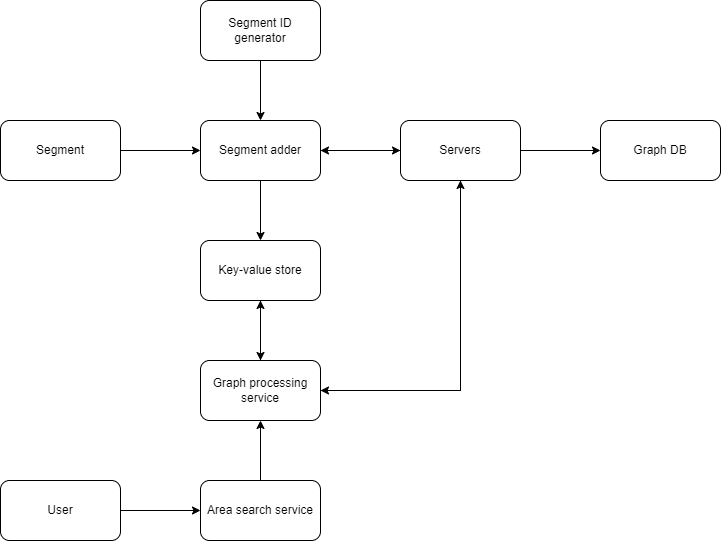
Before: img/system-design/google-map2.png, a diagram exported from draw.io (riehseun/riehseun.github.io). Source tidied: cells renumbered, new cells last; positions are measured from the earlier drawing's top-left corner, leaving out a move shared by most shapes. The source it was exported from:
```xml
<mxGraphModel>
  <root>
    <mxCell id="0" />
    <mxCell id="1" parent="0" />
    <mxCell id="2" style="edgeStyle=orthogonalEdgeStyle;rounded=0;jettySize=auto;html=1;exitX=1;exitY=0.5;exitDx=0;exitDy=0;entryX=0;entryY=0.5;entryDx=0;entryDy=0;" parent="1" edge="1" source="3" target="6">
      <mxGeometry relative="1" as="geometry" />
    </mxCell>
    <mxCell id="3" value="Segment" style="rounded=1;whiteSpace=wrap;html=1;" parent="1" vertex="1">
      <mxGeometry y="120" width="120" height="60" as="geometry" />
    </mxCell>
    <mxCell id="4" style="edgeStyle=orthogonalEdgeStyle;rounded=0;jettySize=auto;html=1;exitX=0.5;exitY=1;exitDx=0;exitDy=0;entryX=0.5;entryY=0;entryDx=0;entryDy=0;" parent="1" edge="1" source="6" target="10">
      <mxGeometry relative="1" as="geometry" />
    </mxCell>
    <mxCell id="5" style="edgeStyle=orthogonalEdgeStyle;rounded=0;jettySize=auto;html=1;exitX=1;exitY=0.5;exitDx=0;exitDy=0;entryX=0;entryY=0.5;entryDx=0;entryDy=0;" parent="1" edge="1" source="6" target="22">
      <mxGeometry relative="1" as="geometry" />
    </mxCell>
    <mxCell id="6" value="Segment adder" style="rounded=1;whiteSpace=wrap;html=1;" parent="1" vertex="1">
      <mxGeometry x="200" y="120" width="120" height="60" as="geometry" />
    </mxCell>
    <mxCell id="7" style="edgeStyle=orthogonalEdgeStyle;rounded=0;jettySize=auto;html=1;exitX=0.5;exitY=1;exitDx=0;exitDy=0;" parent="1" edge="1" source="8" target="6">
      <mxGeometry relative="1" as="geometry" />
    </mxCell>
    <mxCell id="8" value="Segment ID generator" style="rounded=1;whiteSpace=wrap;html=1;" parent="1" vertex="1">
      <mxGeometry x="200" width="120" height="60" as="geometry" />
    </mxCell>
    <mxCell id="9" style="edgeStyle=orthogonalEdgeStyle;rounded=0;jettySize=auto;html=1;exitX=0.5;exitY=1;exitDx=0;exitDy=0;entryX=0.5;entryY=0;entryDx=0;entryDy=0;" parent="1" edge="1" source="10" target="14">
      <mxGeometry relative="1" as="geometry" />
    </mxCell>
    <mxCell id="10" value="Key-value store" style="rounded=1;whiteSpace=wrap;html=1;" parent="1" vertex="1">
      <mxGeometry x="200" y="240" width="120" height="60" as="geometry" />
    </mxCell>
    <mxCell id="11" style="edgeStyle=orthogonalEdgeStyle;rounded=0;orthogonalLoop=1;jettySize=auto;html=1;exitX=0.5;exitY=0;exitDx=0;exitDy=0;entryX=0.5;entryY=0;entryDx=0;entryDy=0;" parent="1" edge="1" source="14" target="14">
      <mxGeometry relative="1" as="geometry" />
    </mxCell>
    <mxCell id="12" style="edgeStyle=orthogonalEdgeStyle;rounded=0;jettySize=auto;html=1;exitX=0.5;exitY=0;exitDx=0;exitDy=0;entryX=0.5;entryY=1;entryDx=0;entryDy=0;" parent="1" edge="1" source="14" target="10">
      <mxGeometry relative="1" as="geometry" />
    </mxCell>
    <mxCell id="13" style="edgeStyle=orthogonalEdgeStyle;rounded=0;jettySize=auto;html=1;exitX=1;exitY=0.5;exitDx=0;exitDy=0;entryX=0.5;entryY=1;entryDx=0;entryDy=0;" parent="1" edge="1" source="14" target="22">
      <mxGeometry relative="1" as="geometry" />
    </mxCell>
    <mxCell id="14" value="Graph processing service" style="rounded=1;whiteSpace=wrap;html=1;" parent="1" vertex="1">
      <mxGeometry x="200" y="360" width="120" height="60" as="geometry" />
    </mxCell>
    <mxCell id="15" style="edgeStyle=orthogonalEdgeStyle;rounded=0;jettySize=auto;html=1;exitX=0.5;exitY=0;exitDx=0;exitDy=0;entryX=0.5;entryY=1;entryDx=0;entryDy=0;" parent="1" edge="1" source="16" target="14">
      <mxGeometry relative="1" as="geometry" />
    </mxCell>
    <mxCell id="16" value="Area search service" style="rounded=1;whiteSpace=wrap;html=1;" parent="1" vertex="1">
      <mxGeometry x="200" y="480" width="120" height="60" as="geometry" />
    </mxCell>
    <mxCell id="17" style="edgeStyle=orthogonalEdgeStyle;rounded=0;jettySize=auto;html=1;exitX=1;exitY=0.5;exitDx=0;exitDy=0;entryX=0;entryY=0.5;entryDx=0;entryDy=0;" parent="1" edge="1" source="18" target="16">
      <mxGeometry relative="1" as="geometry" />
    </mxCell>
    <mxCell id="18" value="User" style="rounded=1;whiteSpace=wrap;html=1;" parent="1" vertex="1">
      <mxGeometry y="480" width="120" height="60" as="geometry" />
    </mxCell>
    <mxCell id="19" style="edgeStyle=orthogonalEdgeStyle;rounded=0;jettySize=auto;html=1;exitX=0;exitY=0.5;exitDx=0;exitDy=0;" parent="1" edge="1" source="22" target="6">
      <mxGeometry relative="1" as="geometry" />
    </mxCell>
    <mxCell id="20" style="edgeStyle=orthogonalEdgeStyle;rounded=0;jettySize=auto;html=1;exitX=0.5;exitY=1;exitDx=0;exitDy=0;entryX=1;entryY=0.5;entryDx=0;entryDy=0;" parent="1" edge="1" source="22" target="14">
      <mxGeometry relative="1" as="geometry" />
    </mxCell>
    <mxCell id="21" style="edgeStyle=orthogonalEdgeStyle;rounded=0;jettySize=auto;html=1;exitX=1;exitY=0.5;exitDx=0;exitDy=0;entryX=0;entryY=0.5;entryDx=0;entryDy=0;" parent="1" edge="1" source="22" target="23">
      <mxGeometry relative="1" as="geometry" />
    </mxCell>
    <mxCell id="22" value="Servers" style="rounded=1;whiteSpace=wrap;html=1;" parent="1" vertex="1">
      <mxGeometry x="400" y="120" width="120" height="60" as="geometry" />
    </mxCell>
    <mxCell id="23" value="Graph DB" style="rounded=1;whiteSpace=wrap;html=1;" parent="1" vertex="1">
      <mxGeometry x="600" y="120" width="120" height="60" as="geometry" />
    </mxCell>
  </root>
</mxGraphModel>
```
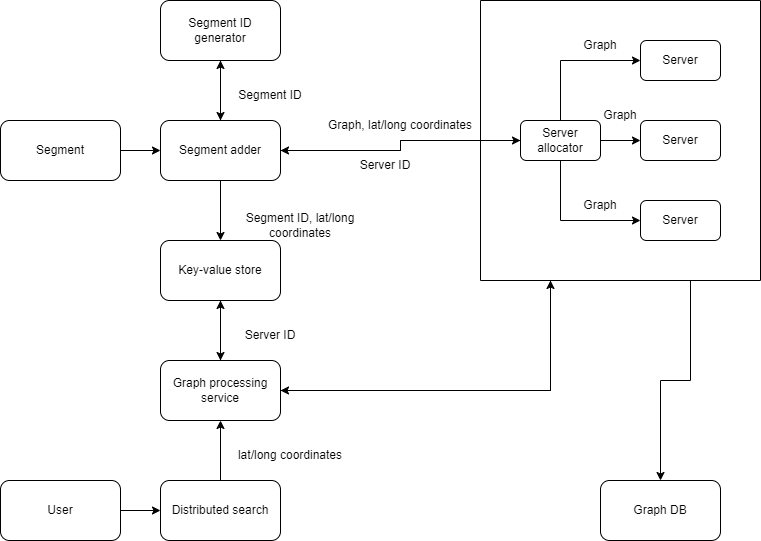
The same file after the commit.

The edit, as a diff of the source:
```diff
@@ -6,14 +6,19 @@
       <mxGeometry relative="1" as="geometry" />
     </mxCell>
     <mxCell id="3" value="Segment" style="rounded=1;whiteSpace=wrap;html=1;" parent="1" vertex="1">
-      <mxGeometry y="120" width="120" height="60" as="geometry" />
+      <mxGeometry x="40" y="120" width="120" height="60" as="geometry" />
     </mxCell>
     <mxCell id="4" style="edgeStyle=orthogonalEdgeStyle;rounded=0;jettySize=auto;html=1;exitX=0.5;exitY=1;exitDx=0;exitDy=0;entryX=0.5;entryY=0;entryDx=0;entryDy=0;" parent="1" edge="1" source="6" target="10">
       <mxGeometry relative="1" as="geometry" />
     </mxCell>
-    <mxCell id="5" style="edgeStyle=orthogonalEdgeStyle;rounded=0;jettySize=auto;html=1;exitX=1;exitY=0.5;exitDx=0;exitDy=0;entryX=0;entryY=0.5;entryDx=0;entryDy=0;" parent="1" edge="1" source="6" target="22">
-      <mxGeometry relative="1" as="geometry" />
-    </mxCell>
+    <mxCell id="24" style="edgeStyle=orthogonalEdgeStyle;rounded=0;jettySize=auto;html=1;exitX=0.5;exitY=0;exitDx=0;exitDy=0;" parent="1" edge="1" source="6">
+      <mxGeometry relative="1" as="geometry">
+        <mxPoint x="260" y="60" as="targetPoint" />
+      </mxGeometry>
+    </mxCell>
+    <mxCell id="25" style="edgeStyle=orthogonalEdgeStyle;rounded=0;jettySize=auto;html=1;exitX=1;exitY=0.5;exitDx=0;exitDy=0;entryX=0;entryY=0.5;entryDx=0;entryDy=0;" parent="1" edge="1" source="6" target="39">
+      <mxGeometry relative="1" as="geometry" />
+    </mxCell>
     <mxCell id="6" value="Segment adder" style="rounded=1;whiteSpace=wrap;html=1;" parent="1" vertex="1">
       <mxGeometry x="200" y="120" width="120" height="60" as="geometry" />
     </mxCell>
@@ -35,38 +40,86 @@
     <mxCell id="12" style="edgeStyle=orthogonalEdgeStyle;rounded=0;jettySize=auto;html=1;exitX=0.5;exitY=0;exitDx=0;exitDy=0;entryX=0.5;entryY=1;entryDx=0;entryDy=0;" parent="1" edge="1" source="14" target="10">
       <mxGeometry relative="1" as="geometry" />
     </mxCell>
-    <mxCell id="13" style="edgeStyle=orthogonalEdgeStyle;rounded=0;jettySize=auto;html=1;exitX=1;exitY=0.5;exitDx=0;exitDy=0;entryX=0.5;entryY=1;entryDx=0;entryDy=0;" parent="1" edge="1" source="14" target="22">
-      <mxGeometry relative="1" as="geometry" />
-    </mxCell>
+    <mxCell id="26" style="edgeStyle=orthogonalEdgeStyle;rounded=0;jettySize=auto;html=1;exitX=1;exitY=0.5;exitDx=0;exitDy=0;entryX=0.25;entryY=1;entryDx=0;entryDy=0;" parent="1" edge="1" source="14" target="33">
+      <mxGeometry relative="1" as="geometry" />
+    </mxCell>
     <mxCell id="14" value="Graph processing service" style="rounded=1;whiteSpace=wrap;html=1;" parent="1" vertex="1">
       <mxGeometry x="200" y="360" width="120" height="60" as="geometry" />
     </mxCell>
     <mxCell id="15" style="edgeStyle=orthogonalEdgeStyle;rounded=0;jettySize=auto;html=1;exitX=0.5;exitY=0;exitDx=0;exitDy=0;entryX=0.5;entryY=1;entryDx=0;entryDy=0;" parent="1" edge="1" source="16" target="14">
       <mxGeometry relative="1" as="geometry" />
     </mxCell>
-    <mxCell id="16" value="Area search service" style="rounded=1;whiteSpace=wrap;html=1;" parent="1" vertex="1">
+    <mxCell id="16" value="Distributed search" style="rounded=1;whiteSpace=wrap;html=1;" parent="1" vertex="1">
       <mxGeometry x="200" y="480" width="120" height="60" as="geometry" />
     </mxCell>
     <mxCell id="17" style="edgeStyle=orthogonalEdgeStyle;rounded=0;jettySize=auto;html=1;exitX=1;exitY=0.5;exitDx=0;exitDy=0;entryX=0;entryY=0.5;entryDx=0;entryDy=0;" parent="1" edge="1" source="18" target="16">
       <mxGeometry relative="1" as="geometry" />
     </mxCell>
     <mxCell id="18" value="User" style="rounded=1;whiteSpace=wrap;html=1;" parent="1" vertex="1">
-      <mxGeometry y="480" width="120" height="60" as="geometry" />
+      <mxGeometry x="40" y="480" width="120" height="60" as="geometry" />
     </mxCell>
-    <mxCell id="19" style="edgeStyle=orthogonalEdgeStyle;rounded=0;jettySize=auto;html=1;exitX=0;exitY=0.5;exitDx=0;exitDy=0;" parent="1" edge="1" source="22" target="6">
-      <mxGeometry relative="1" as="geometry" />
-    </mxCell>
-    <mxCell id="20" style="edgeStyle=orthogonalEdgeStyle;rounded=0;jettySize=auto;html=1;exitX=0.5;exitY=1;exitDx=0;exitDy=0;entryX=1;entryY=0.5;entryDx=0;entryDy=0;" parent="1" edge="1" source="22" target="14">
-      <mxGeometry relative="1" as="geometry" />
-    </mxCell>
-    <mxCell id="21" style="edgeStyle=orthogonalEdgeStyle;rounded=0;jettySize=auto;html=1;exitX=1;exitY=0.5;exitDx=0;exitDy=0;entryX=0;entryY=0.5;entryDx=0;entryDy=0;" parent="1" edge="1" source="22" target="23">
-      <mxGeometry relative="1" as="geometry" />
-    </mxCell>
-    <mxCell id="22" value="Servers" style="rounded=1;whiteSpace=wrap;html=1;" parent="1" vertex="1">
-      <mxGeometry x="400" y="120" width="120" height="60" as="geometry" />
-    </mxCell>
     <mxCell id="23" value="Graph DB" style="rounded=1;whiteSpace=wrap;html=1;" parent="1" vertex="1">
-      <mxGeometry x="600" y="120" width="120" height="60" as="geometry" />
+      <mxGeometry x="640" y="480" width="120" height="60" as="geometry" />
     </mxCell>
+    <mxCell id="27" value="Segment ID" style="text;html=1;strokeColor=none;fillColor=none;align=center;verticalAlign=middle;whiteSpace=wrap;rounded=0;" parent="1" vertex="1">
+      <mxGeometry x="260" y="80" width="100" height="30" as="geometry" />
+    </mxCell>
+    <mxCell id="28" value="Graph, lat/long coordinates" style="text;html=1;strokeColor=none;fillColor=none;align=center;verticalAlign=middle;whiteSpace=wrap;rounded=0;" parent="1" vertex="1">
+      <mxGeometry x="360" y="110" width="160" height="30" as="geometry" />
+    </mxCell>
+    <mxCell id="29" value="Server ID" style="text;html=1;strokeColor=none;fillColor=none;align=center;verticalAlign=middle;whiteSpace=wrap;rounded=0;" parent="1" vertex="1">
+      <mxGeometry x="260" y="320" width="100" height="30" as="geometry" />
+    </mxCell>
+    <mxCell id="30" value="lat/long coordinates" style="text;html=1;strokeColor=none;fillColor=none;align=center;verticalAlign=middle;whiteSpace=wrap;rounded=0;" parent="1" vertex="1">
+      <mxGeometry x="260" y="440" width="140" height="30" as="geometry" />
+    </mxCell>
+    <mxCell id="31" style="edgeStyle=orthogonalEdgeStyle;rounded=0;jettySize=auto;html=1;exitX=0.25;exitY=1;exitDx=0;exitDy=0;entryX=1;entryY=0.5;entryDx=0;entryDy=0;" parent="1" edge="1" source="33" target="14">
+      <mxGeometry relative="1" as="geometry" />
+    </mxCell>
+    <mxCell id="32" style="edgeStyle=orthogonalEdgeStyle;rounded=0;jettySize=auto;html=1;exitX=0.75;exitY=1;exitDx=0;exitDy=0;" parent="1" edge="1" source="33" target="23">
+      <mxGeometry relative="1" as="geometry" />
+    </mxCell>
+    <mxCell id="33" style="swimlane;startSize=0;" parent="1" vertex="1">
+      <mxGeometry x="520" width="280" height="280" as="geometry" />
+    </mxCell>
+    <mxCell id="34" value="Server" style="rounded=1;whiteSpace=wrap;html=1;" parent="33" vertex="1">
+      <mxGeometry x="160" y="40" width="80" height="40" as="geometry" />
+    </mxCell>
+    <mxCell id="35" value="Server" style="rounded=1;whiteSpace=wrap;html=1;" parent="33" vertex="1">
+      <mxGeometry x="160" y="200" width="80" height="40" as="geometry" />
+    </mxCell>
+    <mxCell id="36" style="edgeStyle=orthogonalEdgeStyle;rounded=0;jettySize=auto;html=1;exitX=0.5;exitY=0;exitDx=0;exitDy=0;entryX=0;entryY=0.5;entryDx=0;entryDy=0;" parent="33" edge="1" source="39" target="34">
+      <mxGeometry relative="1" as="geometry" />
+    </mxCell>
+    <mxCell id="37" style="edgeStyle=orthogonalEdgeStyle;rounded=0;jettySize=auto;html=1;exitX=1;exitY=0.5;exitDx=0;exitDy=0;entryX=0;entryY=0.5;entryDx=0;entryDy=0;" parent="33" edge="1" source="39" target="40">
+      <mxGeometry relative="1" as="geometry" />
+    </mxCell>
+    <mxCell id="38" style="edgeStyle=orthogonalEdgeStyle;rounded=0;jettySize=auto;html=1;exitX=0.5;exitY=1;exitDx=0;exitDy=0;entryX=0;entryY=0.5;entryDx=0;entryDy=0;" parent="33" edge="1" source="39" target="35">
+      <mxGeometry relative="1" as="geometry" />
+    </mxCell>
+    <mxCell id="39" value="Server allocator" style="rounded=1;whiteSpace=wrap;html=1;" parent="33" vertex="1">
+      <mxGeometry x="40" y="120" width="80" height="40" as="geometry" />
+    </mxCell>
+    <mxCell id="40" value="Server" style="rounded=1;whiteSpace=wrap;html=1;" parent="33" vertex="1">
+      <mxGeometry x="160" y="120" width="80" height="40" as="geometry" />
+    </mxCell>
+    <mxCell id="41" value="Graph" style="text;html=1;strokeColor=none;fillColor=none;align=center;verticalAlign=middle;whiteSpace=wrap;rounded=0;" parent="33" vertex="1">
+      <mxGeometry x="100" y="30" width="40" height="30" as="geometry" />
+    </mxCell>
+    <mxCell id="42" value="Graph" style="text;html=1;strokeColor=none;fillColor=none;align=center;verticalAlign=middle;whiteSpace=wrap;rounded=0;" parent="33" vertex="1">
+      <mxGeometry x="120" y="100" width="40" height="30" as="geometry" />
+    </mxCell>
+    <mxCell id="43" value="Graph" style="text;html=1;strokeColor=none;fillColor=none;align=center;verticalAlign=middle;whiteSpace=wrap;rounded=0;" parent="33" vertex="1">
+      <mxGeometry x="100" y="190" width="40" height="30" as="geometry" />
+    </mxCell>
+    <mxCell id="44" style="edgeStyle=orthogonalEdgeStyle;rounded=0;jettySize=auto;html=1;exitX=0;exitY=0.5;exitDx=0;exitDy=0;entryX=1;entryY=0.5;entryDx=0;entryDy=0;" parent="1" edge="1" source="39" target="6">
+      <mxGeometry relative="1" as="geometry" />
+    </mxCell>
+    <mxCell id="45" value="Segment ID, lat/long coordinates" style="text;html=1;strokeColor=none;fillColor=none;align=center;verticalAlign=middle;whiteSpace=wrap;rounded=0;" parent="1" vertex="1">
+      <mxGeometry x="270" y="210" width="140" height="30" as="geometry" />
+    </mxCell>
+    <mxCell id="46" value="Server ID" style="text;html=1;strokeColor=none;fillColor=none;align=center;verticalAlign=middle;whiteSpace=wrap;rounded=0;" parent="1" vertex="1">
+      <mxGeometry x="375" y="150" width="100" height="30" as="geometry" />
+    </mxCell>
   </root>
 </mxGraphModel>
```
